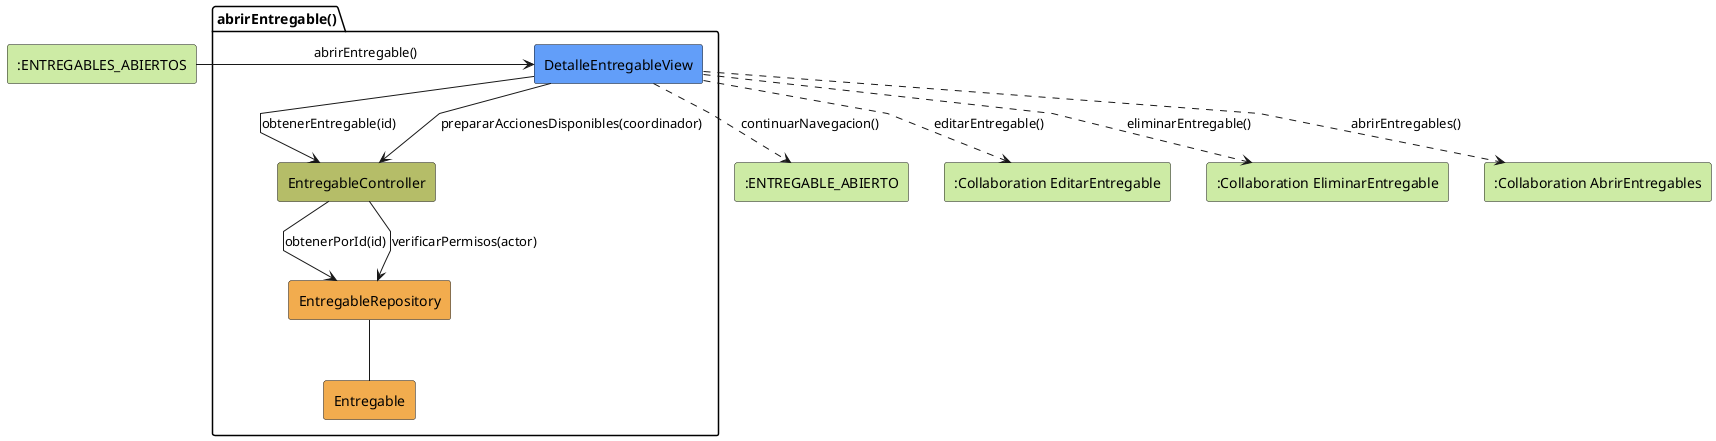
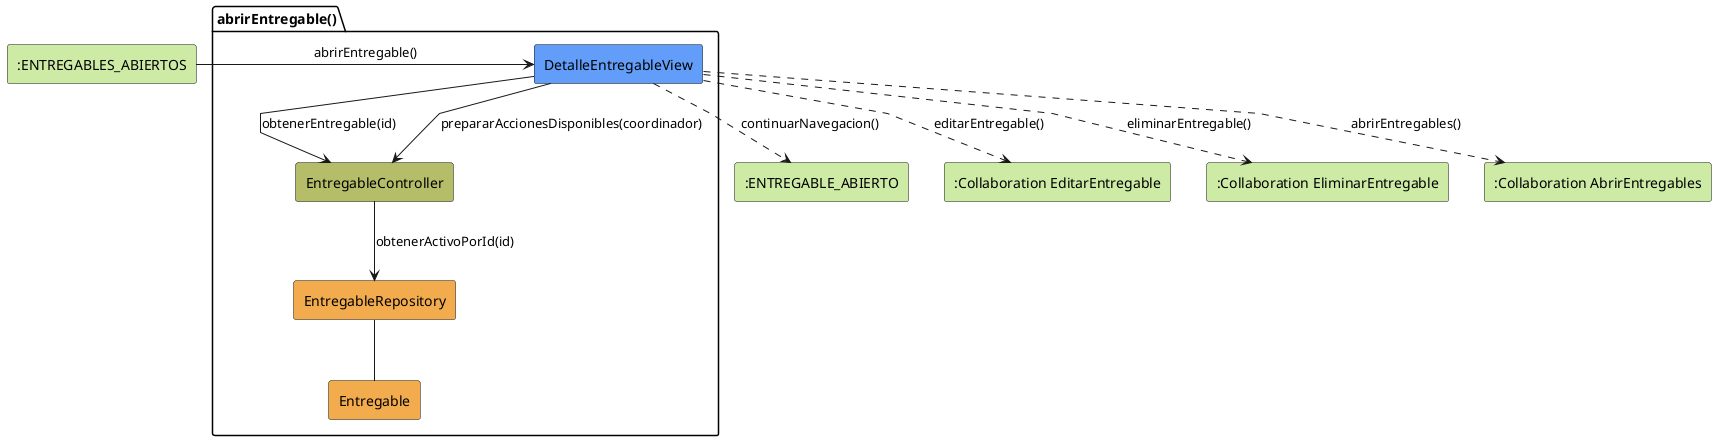
@startuml abrirEntregable-analisis
skinparam linetype polyline

rectangle #CDEBA5 ":ENTREGABLES_ABIERTOS" as EstadoEntrada
package abrirEntregable as "abrirEntregable()" {
    rectangle #629EF9 DetalleEntregableView
    rectangle #b5bd68 EntregableController
    rectangle #F2AC4E EntregableRepository
    rectangle #F2AC4E Entregable
}

rectangle #CDEBA5 ":ENTREGABLE_ABIERTO" as EstadoSalida
rectangle #CDEBA5 ":Collaboration EditarEntregable" as EditarEntregable
rectangle #CDEBA5 ":Collaboration EliminarEntregable" as EliminarEntregable
rectangle #CDEBA5 ":Collaboration AbrirEntregables" as AbrirEntregables

EstadoEntrada -r-> DetalleEntregableView: abrirEntregable()

DetalleEntregableView -d-> EntregableController: obtenerEntregable(id)
DetalleEntregableView --> EntregableController: prepararAccionesDisponibles(coordinador)
- EntregableController --> EntregableRepository: obtenerPorId(id)
- EntregableController --> EntregableRepository: verificarPermisos(actor)
+ EntregableController --> EntregableRepository: obtenerActivoPorId(id)
EntregableRepository -- Entregable
DetalleEntregableView ..> EstadoSalida: continuarNavegacion()
DetalleEntregableView ..> EditarEntregable: editarEntregable()
DetalleEntregableView ..> EliminarEntregable: eliminarEntregable()
DetalleEntregableView ..> AbrirEntregables: abrirEntregables()

@enduml
